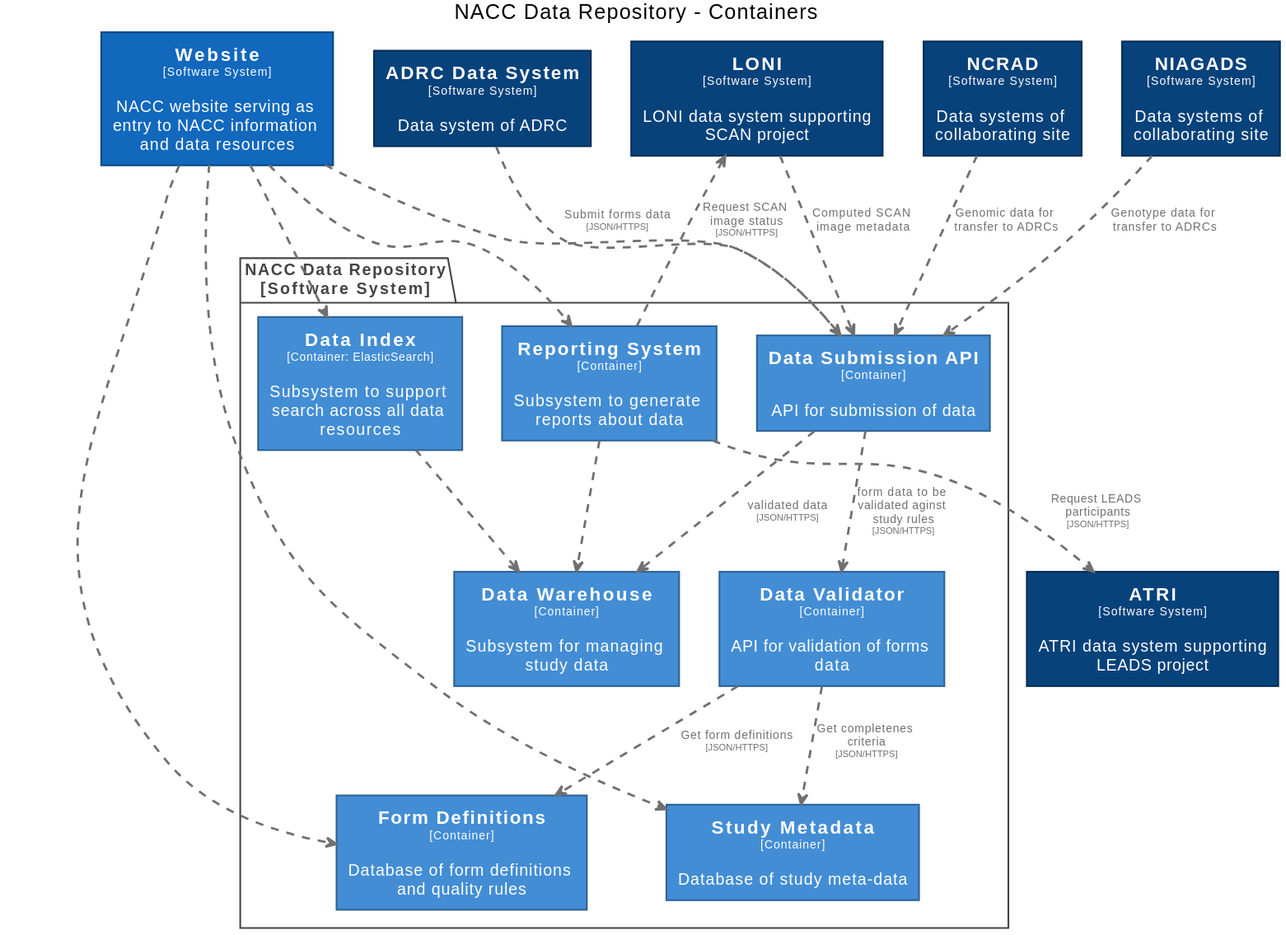
The PlantUML diagram docs/images/structurizr-RepositoryContainers.svg in naccdata/system-design, before a commit.
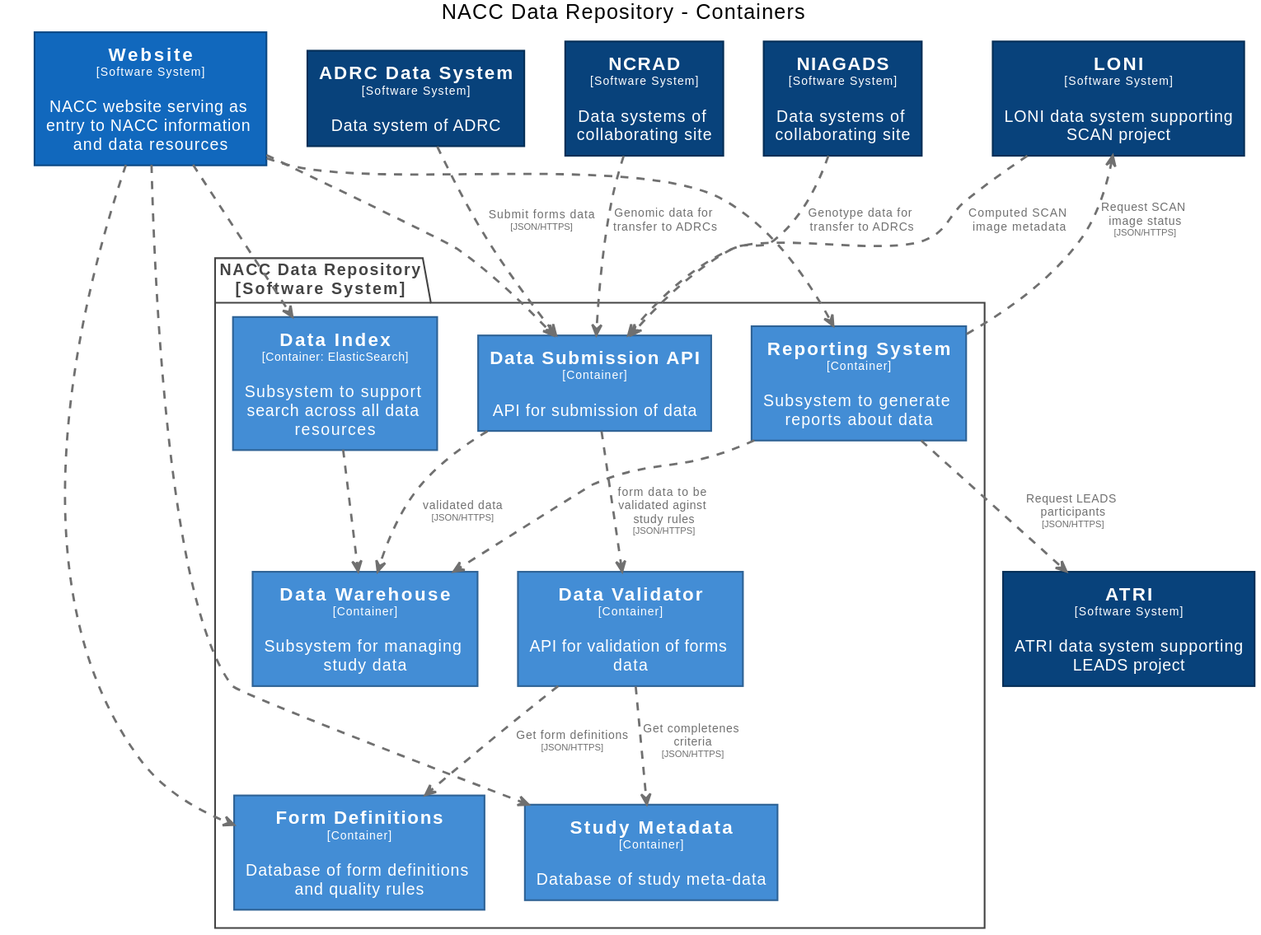
Above is the later version.

What changed in the source:
```diff
@@ -79,12 +79,12 @@
   BorderColor #0b4884
 }
 
+rectangle "==ATRI\n<size:10>[Software System]</size>\n\nATRI data system supporting LEADS project" <<ATRI>> as ATRI
+rectangle "==NIAGADS\n<size:10>[Software System]</size>\n\nData systems of collaborating site" <<NIAGADS>> as NIAGADS
 rectangle "==Website\n<size:10>[Software System]</size>\n\nNACC website serving as entry to NACC information and data resources" <<Website>> as Website
 rectangle "==ADRC Data System\n<size:10>[Software System]</size>\n\nData system of ADRC" <<ADRCDataSystem>> as ADRCDataSystem
 rectangle "==LONI\n<size:10>[Software System]</size>\n\nLONI data system supporting SCAN project" <<LONI>> as LONI
 rectangle "==NCRAD\n<size:10>[Software System]</size>\n\nData systems of collaborating site" <<NCRAD>> as NCRAD
-rectangle "==ATRI\n<size:10>[Software System]</size>\n\nATRI data system supporting LEADS project" <<ATRI>> as ATRI
-rectangle "==NIAGADS\n<size:10>[Software System]</size>\n\nData systems of collaborating site" <<NIAGADS>> as NIAGADS
 
 package "NACC Data Repository\n[Software System]" <<NACCDataRepository>> {
   skinparam PackageBorderColor<<NACCDataRepository>> #444444
@@ -99,6 +99,7 @@
   rectangle "==Data Submission API\n<size:10>[Container]</size>\n\nAPI for submission of data" <<NACCDataRepository.DataSubmissionAPI>> as NACCDataRepository.DataSubmissionAPI
 }
 
+NACCDataRepository.ReportingSystem .[#707070,thickness=2].> ATRI : "<color:#707070>Request LEADS participants\n<color:#707070><size:8>[JSON/HTTPS]</size>"
 NACCDataRepository.DataSubmissionAPI .[#707070,thickness=2].> NACCDataRepository.DataValidator : "<color:#707070>form data to be validated aginst study rules\n<color:#707070><size:8>[JSON/HTTPS]</size>"
 NACCDataRepository.DataSubmissionAPI .[#707070,thickness=2].> NACCDataRepository.DataWarehouse : "<color:#707070>validated data\n<color:#707070><size:8>[JSON/HTTPS]</size>"
 NACCDataRepository.DataIndex .[#707070,thickness=2].> NACCDataRepository.DataWarehouse : "<color:#707070>"
@@ -115,5 +116,4 @@
 NIAGADS .[#707070,thickness=2].> NACCDataRepository.DataSubmissionAPI : "<color:#707070>Genotype data for transfer to ADRCs"
 LONI .[#707070,thickness=2].> NACCDataRepository.DataSubmissionAPI : "<color:#707070>Computed SCAN image metadata"
 NACCDataRepository.ReportingSystem .[#707070,thickness=2].> LONI : "<color:#707070>Request SCAN image status\n<color:#707070><size:8>[JSON/HTTPS]</size>"
-NACCDataRepository.ReportingSystem .[#707070,thickness=2].> ATRI : "<color:#707070>Request LEADS participants\n<color:#707070><size:8>[JSON/HTTPS]</size>"
 @enduml
```
